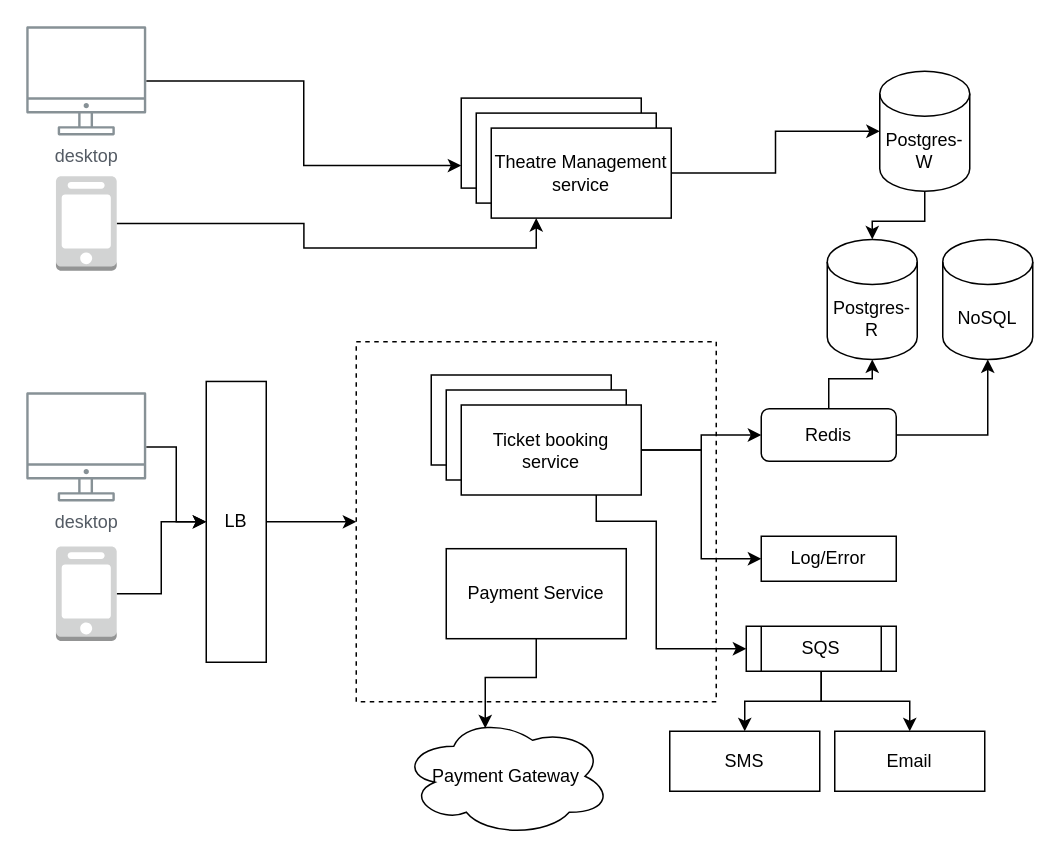
This is Untitled Diagram.drawio from ashish17das/HelloWorld, a draw.io file, before an edit. Source tidied: cells renumbered, new cells numbered last; positions are measured from the earlier drawing's top-left corner, leaving out a move shared by most shapes. Both pictures are drawn from the tidied source at 150%, with x=0, y=0 at pixel (26, 26).
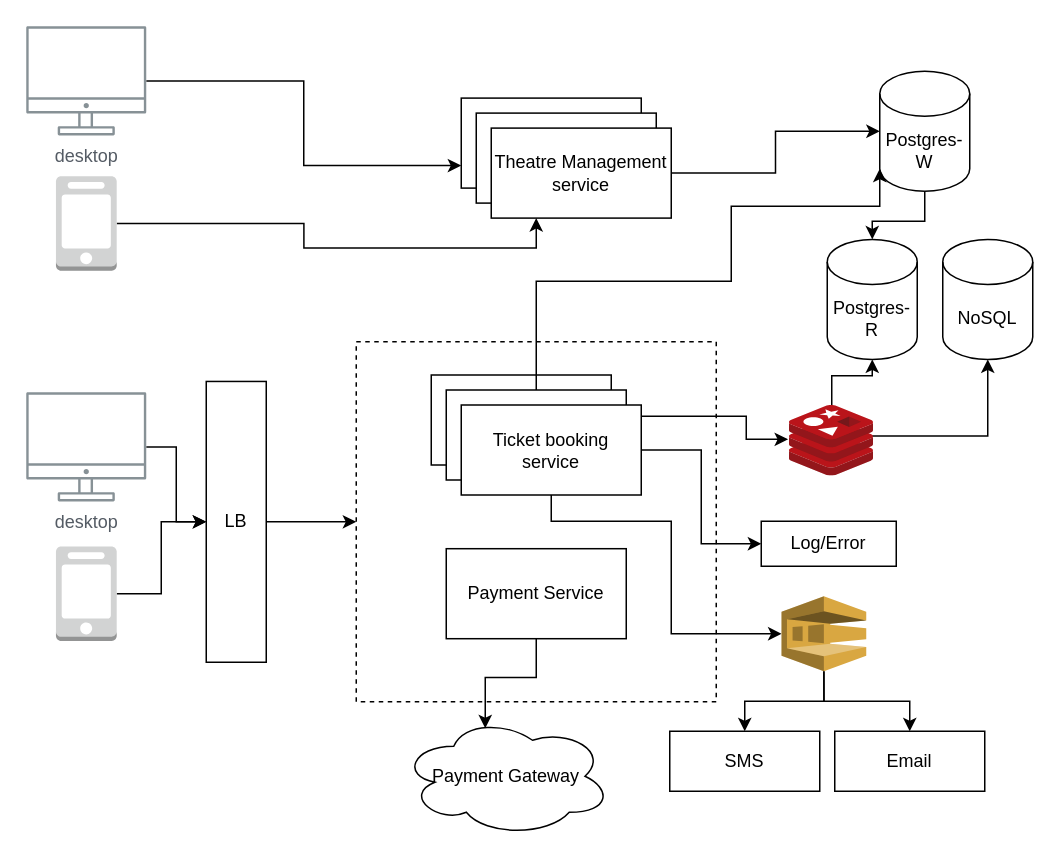
After the change.

The change refers to these unchanged cells:
```xml
<mxCell id="11" value="Postgres-W" style="shape=cylinder3;whiteSpace=wrap;html=1;boundedLbl=1;backgroundOutline=1;size=15;" parent="1" vertex="1">
  <mxGeometry x="569" y="30" width="60" height="80" as="geometry" />
</mxCell>
<mxCell id="23" value="Postgres-R" style="shape=cylinder3;whiteSpace=wrap;html=1;boundedLbl=1;backgroundOutline=1;size=15;" parent="1" vertex="1">
  <mxGeometry x="534" y="142.1" width="60" height="80" as="geometry" />
</mxCell>
<mxCell id="24" value="NoSQL" style="shape=cylinder3;whiteSpace=wrap;html=1;boundedLbl=1;backgroundOutline=1;size=15;" parent="1" vertex="1">
  <mxGeometry x="611" y="142.1" width="60" height="80" as="geometry" />
</mxCell>
<mxCell id="29" style="rounded=0;whiteSpace=wrap;html=1;" parent="1" vertex="1">
  <mxGeometry x="280" y="242.5" width="120" height="60" as="geometry" />
</mxCell>
<mxCell id="33" value="Ticket booking service" style="rounded=0;whiteSpace=wrap;html=1;" parent="1" vertex="1">
  <mxGeometry x="290" y="252.5" width="120" height="60" as="geometry" />
</mxCell>
<mxCell id="37" value="SMS" style="rounded=0;whiteSpace=wrap;html=1;fillColor=default;" parent="1" vertex="1">
  <mxGeometry x="429" y="470" width="100" height="40" as="geometry" />
</mxCell>
<mxCell id="38" value="Email" style="rounded=0;whiteSpace=wrap;html=1;fillColor=default;" parent="1" vertex="1">
  <mxGeometry x="539" y="470" width="100" height="40" as="geometry" />
</mxCell>
```

Change to the diagram source:
```diff
@@
-    <mxCell id="20" style="edgeStyle=orthogonalEdgeStyle;rounded=0;jettySize=auto;html=1;entryX=0.5;entryY=0;entryDx=0;entryDy=0;" parent="1" edge="1" source="22" target="37">
+    <mxCell id="20" style="edgeStyle=orthogonalEdgeStyle;rounded=0;jettySize=auto;html=1;entryX=0.5;entryY=0;entryDx=0;entryDy=0;exitX=0.5;exitY=1;exitDx=0;exitDy=0;exitPerimeter=0;" parent="1" edge="1" source="43" target="37">
       <mxGeometry relative="1" as="geometry" />
     </mxCell>
-    <mxCell id="21" style="edgeStyle=orthogonalEdgeStyle;rounded=0;jettySize=auto;html=1;entryX=0.5;entryY=0;entryDx=0;entryDy=0;" parent="1" edge="1" source="22" target="38">
+    <mxCell id="21" style="edgeStyle=orthogonalEdgeStyle;rounded=0;jettySize=auto;html=1;entryX=0.5;entryY=0;entryDx=0;entryDy=0;exitX=0.5;exitY=1;exitDx=0;exitDy=0;exitPerimeter=0;" parent="1" edge="1" source="43" target="38">
       <mxGeometry relative="1" as="geometry" />
     </mxCell>
-    <mxCell id="22" value="SQS" style="shape=process;whiteSpace=wrap;html=1;backgroundOutline=1;fillColor=default;" parent="1" vertex="1">
-      <mxGeometry x="480" y="400" width="100" height="30" as="geometry" />
-    </mxCell>
@@
-    <mxCell id="25" style="edgeStyle=orthogonalEdgeStyle;rounded=0;jettySize=auto;html=1;entryX=0.5;entryY=1;entryDx=0;entryDy=0;entryPerimeter=0;" parent="1" edge="1" source="27" target="23">
-      <mxGeometry relative="1" as="geometry" />
-    </mxCell>
-    <mxCell id="26" style="edgeStyle=orthogonalEdgeStyle;rounded=0;jettySize=auto;html=1;entryX=0.5;entryY=1;entryDx=0;entryDy=0;entryPerimeter=0;" parent="1" edge="1" source="27" target="24">
+    <mxCell id="26" style="edgeStyle=orthogonalEdgeStyle;rounded=0;jettySize=auto;html=1;entryX=0.5;entryY=1;entryDx=0;entryDy=0;entryPerimeter=0;exitX=0.98;exitY=0.429;exitDx=0;exitDy=0;exitPerimeter=0;" parent="1" edge="1" source="42" target="24">
       <mxGeometry relative="1" as="geometry" />
     </mxCell>
-    <mxCell id="27" value="Redis" style="rounded=1;whiteSpace=wrap;html=1;fillColor=default;" parent="1" vertex="1">
-      <mxGeometry x="490" y="255" width="90" height="35" as="geometry" />
-    </mxCell>
@@
+    <mxCell id="39" style="edgeStyle=orthogonalEdgeStyle;rounded=0;jettySize=auto;html=1;entryX=0;entryY=1;entryDx=0;entryDy=-15;entryPerimeter=0;" parent="1" edge="1" source="29" target="11">
+      <mxGeometry relative="1" as="geometry">
+        <Array as="points">
+          <mxPoint x="340" y="170" />
+          <mxPoint x="470" y="170" />
+          <mxPoint x="470" y="120" />
+          <mxPoint x="569" y="120" />
+        </Array>
+      </mxGeometry>
+    </mxCell>
@@
-    <mxCell id="30" style="edgeStyle=orthogonalEdgeStyle;rounded=0;jettySize=auto;html=1;entryX=0;entryY=0.5;entryDx=0;entryDy=0;" parent="1" edge="1" source="33" target="27">
-      <mxGeometry relative="1" as="geometry" />
+    <mxCell id="30" style="edgeStyle=orthogonalEdgeStyle;rounded=0;jettySize=auto;html=1;entryX=-0.02;entryY=0.476;entryDx=0;entryDy=0;entryPerimeter=0;" parent="1" edge="1" source="33" target="42">
+      <mxGeometry relative="1" as="geometry">
+        <Array as="points">
+          <mxPoint x="480" y="260" />
+          <mxPoint x="480" y="275" />
+        </Array>
+      </mxGeometry>
     </mxCell>
@@
-    <mxCell id="32" style="edgeStyle=orthogonalEdgeStyle;rounded=0;jettySize=auto;html=1;entryX=0;entryY=0.5;entryDx=0;entryDy=0;exitX=0.75;exitY=1;exitDx=0;exitDy=0;" parent="1" edge="1" source="33" target="22">
-      <mxGeometry relative="1" as="geometry">
-        <Array as="points">
-          <mxPoint x="380" y="330" />
-          <mxPoint x="420" y="330" />
-          <mxPoint x="420" y="415" />
-        </Array>
-      </mxGeometry>
-    </mxCell>
+    <mxCell id="40" style="edgeStyle=orthogonalEdgeStyle;rounded=0;jettySize=auto;html=1;entryX=0;entryY=0.5;entryDx=0;entryDy=0;entryPerimeter=0;" parent="1" edge="1" source="33" target="43">
+      <mxGeometry relative="1" as="geometry">
+        <Array as="points">
+          <mxPoint x="350" y="330" />
+          <mxPoint x="430" y="330" />
+          <mxPoint x="430" y="405" />
+        </Array>
+      </mxGeometry>
+    </mxCell>
@@
     <mxCell id="36" value="Log/Error" style="rounded=0;whiteSpace=wrap;html=1;fillColor=default;" parent="1" vertex="1">
-      <mxGeometry x="490" y="340" width="90" height="30" as="geometry" />
+      <mxGeometry x="490" y="330" width="90" height="30" as="geometry" />
     </mxCell>
@@
+    <mxCell id="41" style="edgeStyle=orthogonalEdgeStyle;rounded=0;jettySize=auto;html=1;entryX=0.5;entryY=1;entryDx=0;entryDy=0;entryPerimeter=0;" parent="1" edge="1" source="42" target="23">
+      <mxGeometry relative="1" as="geometry" />
+    </mxCell>
+    <mxCell id="42" style="sketch=0;html=1;points=[];align=center;image;fontSize=12;image=img/lib/mscae/Cache_Redis_Product.svg;fillColor=default;" parent="1" vertex="1">
+      <mxGeometry x="509" y="253" width="56" height="47" as="geometry" />
+    </mxCell>
+    <mxCell id="43" style="outlineConnect=0;dashed=0;verticalLabelPosition=bottom;verticalAlign=top;align=center;html=1;shape=mxgraph.aws3.sqs;fillColor=#D9A741;gradientColor=none;" parent="1" vertex="1">
+      <mxGeometry x="503.5" y="380" width="56.5" height="50" as="geometry" />
+    </mxCell>
```
